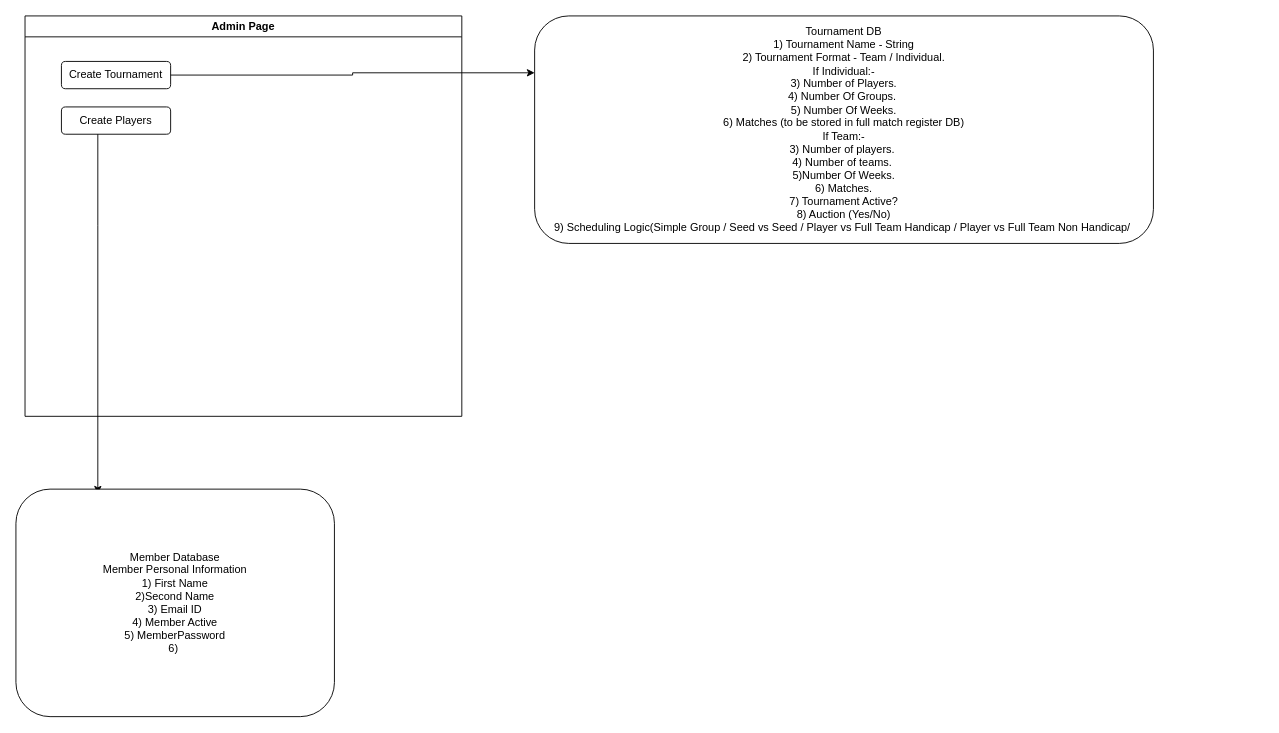
The draw.io diagram page "Admin Flow" (4 of 4) of Untitled Diagram.drawio in snair0410/cv, before the edit. Source tidied: cells renumbered, new cells numbered last; positions are measured from the earlier drawing's top-left corner, leaving out a move shared by most shapes. Both pictures are drawn from the tidied source at 91%, with x=0, y=0 at pixel (15, 15).
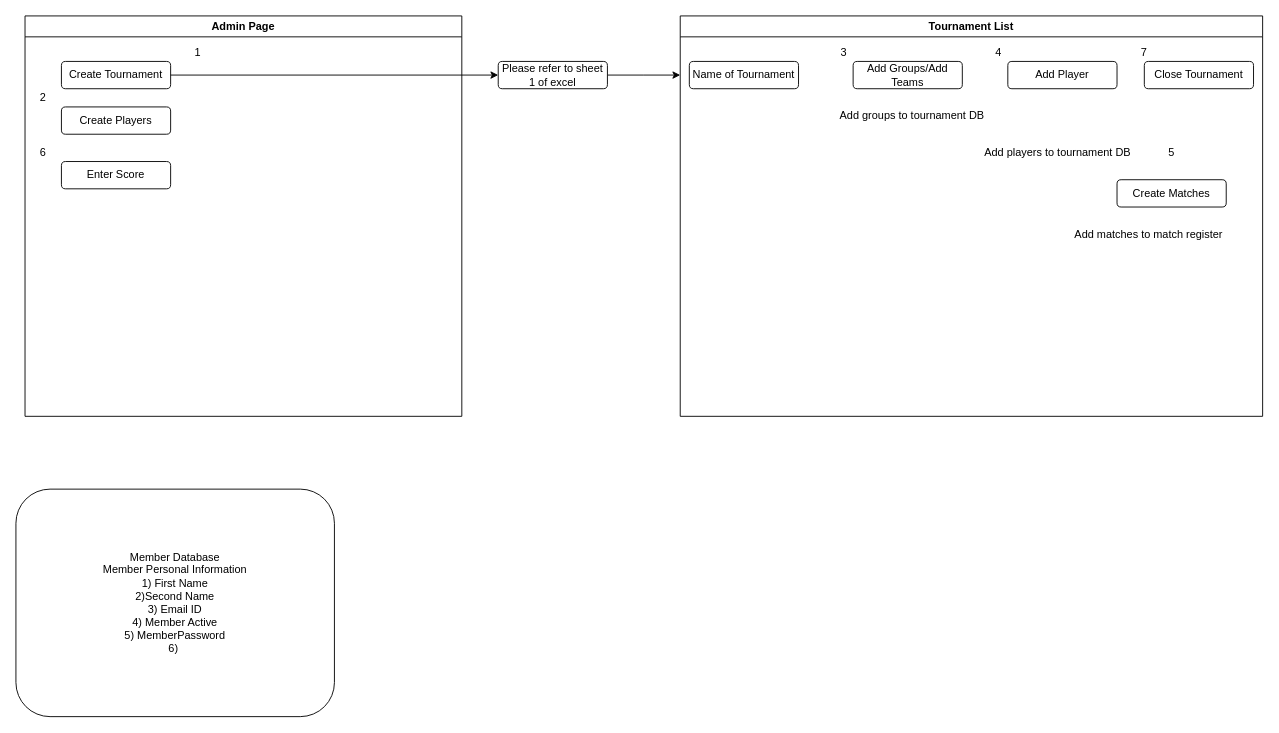
After the change.

Unchanged cells that the change refers to:
```xml
<mxCell id="2" value="Admin Page" style="swimlane;" parent="1" vertex="1">
  <mxGeometry x="10" width="480" height="440" as="geometry" />
</mxCell>
<mxCell id="3" value="Create Tournament" style="rounded=1;whiteSpace=wrap;html=1;" parent="2" vertex="1">
  <mxGeometry x="40" y="50" width="120" height="30" as="geometry" />
</mxCell>
<mxCell id="4" value="Create Players" style="rounded=1;whiteSpace=wrap;html=1;" parent="2" vertex="1">
  <mxGeometry x="40" y="100" width="120" height="30" as="geometry" />
</mxCell>
```

Diff of the diagram source:
```diff
@@
-    <mxCell id="5" value="Tournament DB&lt;br&gt;1) Tournament Name - String&lt;br&gt;2) Tournament Format - Team / Individual.&lt;br&gt;If Individual:-&lt;br&gt;3) Number of Players.&lt;br&gt;4) Number Of Groups.&amp;nbsp;&lt;br&gt;5) Number Of Weeks.&lt;br&gt;6) Matches (to be stored in full match register DB)&lt;br&gt;If Team:-&lt;br&gt;3) Number of players.&amp;nbsp;&lt;br&gt;4) Number of teams.&amp;nbsp;&lt;br&gt;5)Number Of Weeks.&lt;br&gt;6) Matches.&lt;br&gt;7) Tournament Active?&lt;br&gt;8) Auction (Yes/No)&lt;br&gt;9) Scheduling Logic(Simple Group / Seed vs Seed / Player vs Full Team Handicap / Player vs Full Team Non Handicap/&amp;nbsp;" style="rounded=1;whiteSpace=wrap;html=1;" parent="1" vertex="1">
-      <mxGeometry x="570" width="680" height="250" as="geometry" />
-    </mxCell>
-    <mxCell id="6" style="edgeStyle=orthogonalEdgeStyle;rounded=0;jettySize=auto;html=1;entryX=0;entryY=0.25;entryDx=0;entryDy=0;" parent="1" edge="1" source="3" target="5">
-      <mxGeometry relative="1" as="geometry" />
-    </mxCell>
-    <mxCell id="7" style="edgeStyle=orthogonalEdgeStyle;rounded=0;jettySize=auto;html=1;" parent="1" edge="1" source="4">
-      <mxGeometry relative="1" as="geometry">
-        <mxPoint x="90" y="525" as="targetPoint" />
-        <Array as="points">
-          <mxPoint x="90" y="230" />
-          <mxPoint x="90" y="230" />
-        </Array>
-      </mxGeometry>
-    </mxCell>
+    <mxCell id="9" value="1" style="text;html=1;strokeColor=none;fillColor=none;align=center;verticalAlign=middle;whiteSpace=wrap;rounded=0;" parent="2" vertex="1">
+      <mxGeometry x="170" y="30" width="40" height="20" as="geometry" />
+    </mxCell>
+    <mxCell id="10" value="2" style="text;html=1;strokeColor=none;fillColor=none;align=center;verticalAlign=middle;whiteSpace=wrap;rounded=0;" parent="2" vertex="1">
+      <mxGeometry y="80" width="40" height="20" as="geometry" />
+    </mxCell>
+    <mxCell id="11" value="Enter Score" style="rounded=1;whiteSpace=wrap;html=1;" parent="2" vertex="1">
+      <mxGeometry x="40" y="160" width="120" height="30" as="geometry" />
+    </mxCell>
+    <mxCell id="12" value="6" style="text;html=1;strokeColor=none;fillColor=none;align=center;verticalAlign=middle;whiteSpace=wrap;rounded=0;" parent="2" vertex="1">
+      <mxGeometry y="140" width="40" height="20" as="geometry" />
+    </mxCell>
@@
+    <mxCell id="13" style="edgeStyle=orthogonalEdgeStyle;rounded=0;jettySize=auto;html=1;" parent="1" edge="1" source="14">
+      <mxGeometry relative="1" as="geometry">
+        <mxPoint x="730" y="65" as="targetPoint" />
+      </mxGeometry>
+    </mxCell>
+    <mxCell id="14" value="Please refer to sheet 1 of excel" style="rounded=1;whiteSpace=wrap;html=1;" parent="1" vertex="1">
+      <mxGeometry x="530" y="50" width="120" height="30" as="geometry" />
+    </mxCell>
+    <mxCell id="15" style="edgeStyle=orthogonalEdgeStyle;rounded=0;jettySize=auto;html=1;" parent="1" edge="1" source="3" target="14">
+      <mxGeometry relative="1" as="geometry" />
+    </mxCell>
+    <mxCell id="16" value="Tournament List" style="swimlane;" parent="1" vertex="1">
+      <mxGeometry x="730" width="640" height="440" as="geometry" />
+    </mxCell>
+    <mxCell id="17" value="Name of Tournament" style="rounded=1;whiteSpace=wrap;html=1;" parent="16" vertex="1">
+      <mxGeometry x="10" y="50" width="120" height="30" as="geometry" />
+    </mxCell>
+    <mxCell id="18" value="Add Player" style="rounded=1;whiteSpace=wrap;html=1;" parent="16" vertex="1">
+      <mxGeometry x="360" y="50" width="120" height="30" as="geometry" />
+    </mxCell>
+    <mxCell id="19" value="Close Tournament" style="rounded=1;whiteSpace=wrap;html=1;" parent="16" vertex="1">
+      <mxGeometry x="510" y="50" width="120" height="30" as="geometry" />
+    </mxCell>
+    <mxCell id="20" value="Add Groups/Add Teams" style="rounded=1;whiteSpace=wrap;html=1;" parent="16" vertex="1">
+      <mxGeometry x="190" y="50" width="120" height="30" as="geometry" />
+    </mxCell>
+    <mxCell id="21" value="3" style="text;html=1;strokeColor=none;fillColor=none;align=center;verticalAlign=middle;whiteSpace=wrap;rounded=0;" parent="16" vertex="1">
+      <mxGeometry x="160" y="30" width="40" height="20" as="geometry" />
+    </mxCell>
+    <mxCell id="22" value="4" style="text;html=1;strokeColor=none;fillColor=none;align=center;verticalAlign=middle;whiteSpace=wrap;rounded=0;" parent="16" vertex="1">
+      <mxGeometry x="330" y="30" width="40" height="20" as="geometry" />
+    </mxCell>
+    <mxCell id="23" value="Add groups to tournament DB" style="text;html=1;strokeColor=none;fillColor=none;align=center;verticalAlign=middle;whiteSpace=wrap;rounded=0;" parent="16" vertex="1">
+      <mxGeometry x="170" y="100" width="170" height="20" as="geometry" />
+    </mxCell>
+    <mxCell id="24" value="Add players to tournament DB" style="text;html=1;strokeColor=none;fillColor=none;align=center;verticalAlign=middle;whiteSpace=wrap;rounded=0;" parent="16" vertex="1">
+      <mxGeometry x="330" y="140" width="170" height="20" as="geometry" />
+    </mxCell>
+    <mxCell id="25" value="7" style="text;html=1;strokeColor=none;fillColor=none;align=center;verticalAlign=middle;whiteSpace=wrap;rounded=0;" parent="16" vertex="1">
+      <mxGeometry x="490" y="30" width="40" height="20" as="geometry" />
+    </mxCell>
+    <mxCell id="26" value="Create Matches" style="rounded=1;whiteSpace=wrap;html=1;" parent="16" vertex="1">
+      <mxGeometry x="480" y="180" width="120" height="30" as="geometry" />
+    </mxCell>
+    <mxCell id="27" value="5" style="text;html=1;strokeColor=none;fillColor=none;align=center;verticalAlign=middle;whiteSpace=wrap;rounded=0;" parent="16" vertex="1">
+      <mxGeometry x="520" y="140" width="40" height="20" as="geometry" />
+    </mxCell>
+    <mxCell id="28" value="Add matches to match register" style="text;html=1;strokeColor=none;fillColor=none;align=center;verticalAlign=middle;whiteSpace=wrap;rounded=0;" parent="16" vertex="1">
+      <mxGeometry x="430" y="230" width="170" height="20" as="geometry" />
+    </mxCell>
```
